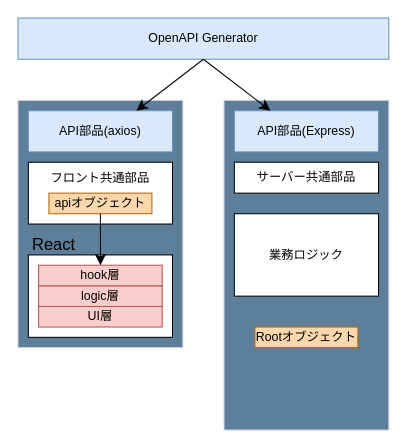
Before: sistem.drawio in Luhito/Ruid.AI, a draw.io diagram. Source tidied: cells renumbered, new cells numbered last; positions are measured from the earlier drawing's top-left corner, leaving out a move shared by most shapes. Both pictures are drawn from the tidied source at 103%, with x=0, y=0 at pixel (18, 18).
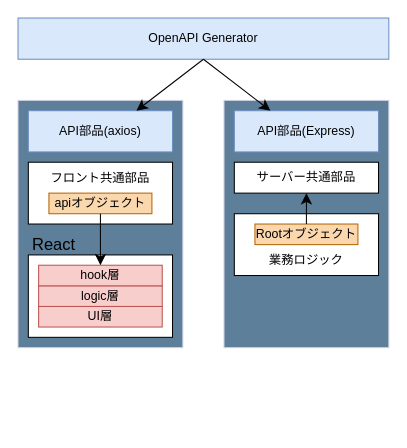
The same diagram, later.

Unchanged cells that the change refers to:
```xml
<mxCell id="17" value="サーバー共通部品" style="whiteSpace=wrap;html=1;" parent="1" vertex="1">
  <mxGeometry x="210" y="140" width="140" height="30" as="geometry" />
</mxCell>
```

Diff of the diagram source:
```diff
@@
     <mxCell id="4" style="whiteSpace=wrap;html=1;strokeColor=#D0CEE2;fontColor=#1A1A1A;fillColor=#5D7F99;" parent="1" vertex="1">
-      <mxGeometry x="200" y="80" width="160" height="320" as="geometry" />
+      <mxGeometry x="200" y="80" width="160" height="240" as="geometry" />
     </mxCell>
@@
-    <mxCell id="18" value="業務ロジック" style="whiteSpace=wrap;html=1;" parent="1" vertex="1">
-      <mxGeometry x="210" y="190" width="140" height="80" as="geometry" />
+    <mxCell id="18" value="&lt;div&gt;&lt;br&gt;&lt;/div&gt;&lt;div&gt;&lt;br&gt;&lt;/div&gt;業務ロジック" style="whiteSpace=wrap;html=1;" parent="1" vertex="1">
+      <mxGeometry x="210" y="190" width="140" height="60" as="geometry" />
     </mxCell>
     <mxCell id="19" value="Rootオブジェクト" style="whiteSpace=wrap;html=1;strokeColor=#b46504;fillColor=#fad7ac;" parent="1" vertex="1">
-      <mxGeometry x="230" y="300" width="100" height="20" as="geometry" />
+      <mxGeometry x="230" y="200" width="100" height="20" as="geometry" />
     </mxCell>
+    <mxCell id="20" style="edgeStyle=none;jettySize=auto;html=1;rounded=0;fontSize=12;startSize=8;endSize=8;curved=1;exitX=0.5;exitY=0;exitDx=0;exitDy=0;entryX=0.5;entryY=1;entryDx=0;entryDy=0;" parent="1" edge="1" source="19" target="17">
+      <mxGeometry relative="1" as="geometry" />
+    </mxCell>
```
